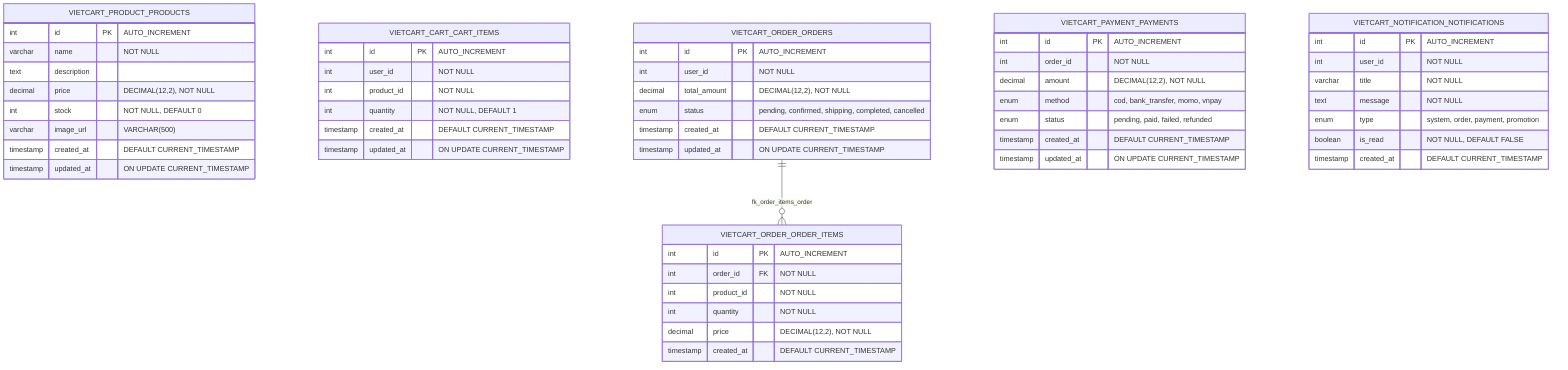
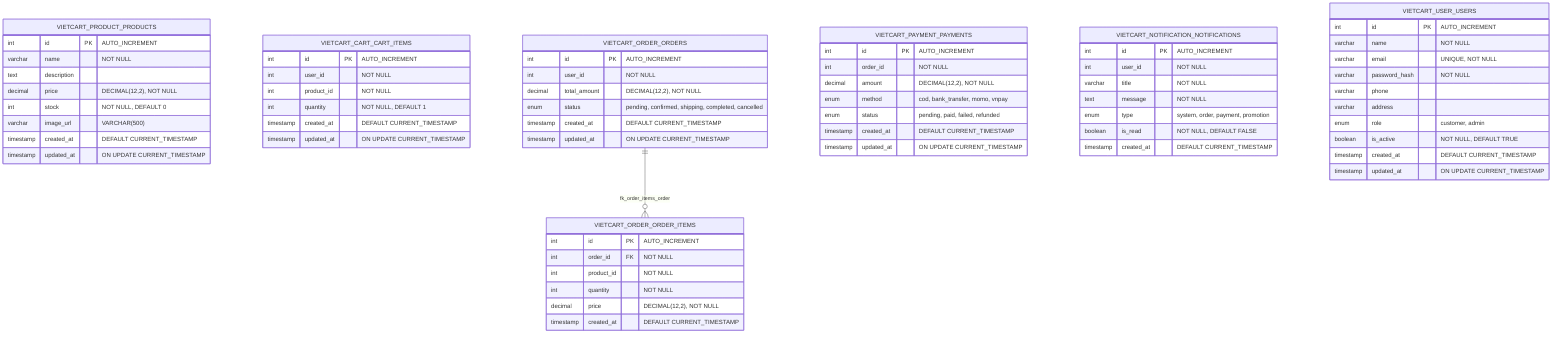
erDiagram
  VIETCART_PRODUCT_PRODUCTS {
    int id PK "AUTO_INCREMENT"
    varchar name "NOT NULL"
    text description
    decimal price "DECIMAL(12,2), NOT NULL"
    int stock "NOT NULL, DEFAULT 0"
    varchar image_url "VARCHAR(500)"
    timestamp created_at "DEFAULT CURRENT_TIMESTAMP"
    timestamp updated_at "ON UPDATE CURRENT_TIMESTAMP"
  }

  VIETCART_CART_CART_ITEMS {
    int id PK "AUTO_INCREMENT"
    int user_id "NOT NULL"
    int product_id "NOT NULL"
    int quantity "NOT NULL, DEFAULT 1"
    timestamp created_at "DEFAULT CURRENT_TIMESTAMP"
    timestamp updated_at "ON UPDATE CURRENT_TIMESTAMP"
  }

  VIETCART_ORDER_ORDERS {
    int id PK "AUTO_INCREMENT"
    int user_id "NOT NULL"
    decimal total_amount "DECIMAL(12,2), NOT NULL"
    enum status "pending, confirmed, shipping, completed, cancelled"
    timestamp created_at "DEFAULT CURRENT_TIMESTAMP"
    timestamp updated_at "ON UPDATE CURRENT_TIMESTAMP"
  }

  VIETCART_ORDER_ORDER_ITEMS {
    int id PK "AUTO_INCREMENT"
    int order_id FK "NOT NULL"
    int product_id "NOT NULL"
    int quantity "NOT NULL"
    decimal price "DECIMAL(12,2), NOT NULL"
    timestamp created_at "DEFAULT CURRENT_TIMESTAMP"
  }

  VIETCART_PAYMENT_PAYMENTS {
    int id PK "AUTO_INCREMENT"
    int order_id "NOT NULL"
    decimal amount "DECIMAL(12,2), NOT NULL"
    enum method "cod, bank_transfer, momo, vnpay"
    enum status "pending, paid, failed, refunded"
    timestamp created_at "DEFAULT CURRENT_TIMESTAMP"
    timestamp updated_at "ON UPDATE CURRENT_TIMESTAMP"
  }

  VIETCART_NOTIFICATION_NOTIFICATIONS {
    int id PK "AUTO_INCREMENT"
    int user_id "NOT NULL"
    varchar title "NOT NULL"
    text message "NOT NULL"
    enum type "system, order, payment, promotion"
    boolean is_read "NOT NULL, DEFAULT FALSE"
    timestamp created_at "DEFAULT CURRENT_TIMESTAMP"
  }

+   VIETCART_USER_USERS {
+     int id PK "AUTO_INCREMENT"
+     varchar name "NOT NULL"
+     varchar email "UNIQUE, NOT NULL"
+     varchar password_hash "NOT NULL"
+     varchar phone
+     varchar address
+     enum role "customer, admin"
+     boolean is_active "NOT NULL, DEFAULT TRUE"
+     timestamp created_at "DEFAULT CURRENT_TIMESTAMP"
+     timestamp updated_at "ON UPDATE CURRENT_TIMESTAMP"
+   }
+ 
  VIETCART_ORDER_ORDERS ||--o{ VIETCART_ORDER_ORDER_ITEMS : "fk_order_items_order"

  %% Microservices database-per-service notes:
  %% - cart_items.product_id stores Product Service product id but has no cross-database foreign key.
  %% - order_items.product_id stores Product Service product id but has no cross-database foreign key.
  %% - payments.order_id stores Order Service order id but has no cross-database foreign key.
+   %% - cart_items.user_id, orders.user_id and notifications.user_id store User Service ids without cross-database foreign keys.
